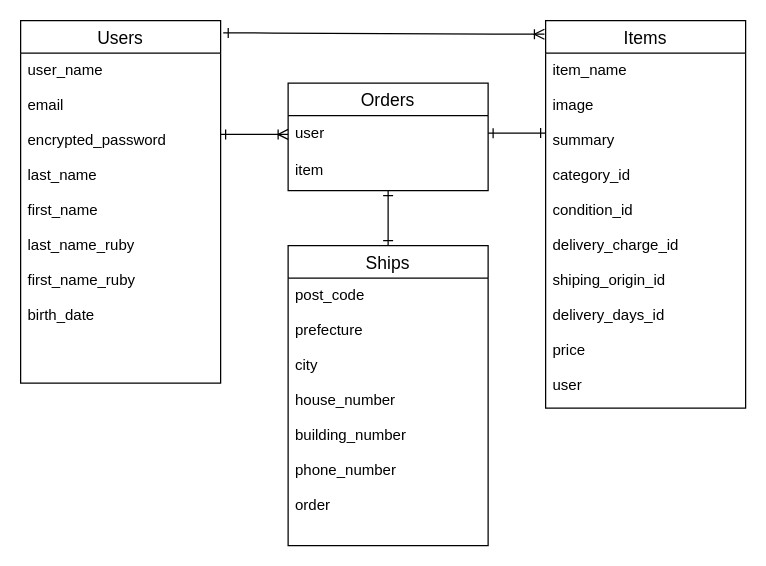
Before: furima_ER.dio in iizun/furima-38724, a draw.io diagram. Source tidied: cells renumbered, new cells numbered last; positions are measured from the earlier drawing's top-left corner, leaving out a move shared by most shapes. Both pictures are drawn from the tidied source at 125%, with x=0, y=0 at pixel (20, 20).
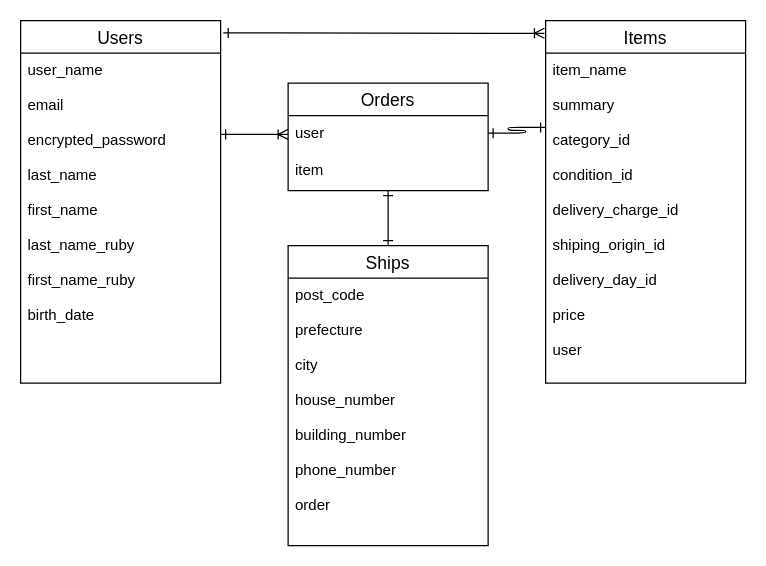
Above is the later version.

Commit message (it also covers changes not shown here):
2回目のプルリクエストの修正指示を反映

Diff of the diagram source:
```diff
@@
 <mxGraphModel>
   <root>
     <mxCell id="0" />
     <mxCell id="1" parent="0" />
     <mxCell id="2" value="Orders" style="swimlane;fontStyle=0;horizontal=1;startSize=26;align=center;fontSize=14;" parent="1" vertex="1">
       <mxGeometry x="214" y="50" width="160" height="86" as="geometry" />
     </mxCell>
     <mxCell id="3" value="user" style="text;strokeColor=none;fillColor=none;spacingLeft=4;spacingRight=4;overflow=hidden;points=[[0,0.5],[1,0.5]];portConstraint=eastwest;fontSize=12;" parent="2" vertex="1">
       <mxGeometry y="26" width="160" height="30" as="geometry" />
     </mxCell>
     <mxCell id="4" value="item" style="text;strokeColor=none;fillColor=none;spacingLeft=4;spacingRight=4;overflow=hidden;points=[[0,0.5],[1,0.5]];portConstraint=eastwest;fontSize=12;" parent="2" vertex="1">
       <mxGeometry y="56" width="160" height="30" as="geometry" />
     </mxCell>
     <mxCell id="5" value="Users" style="swimlane;fontStyle=0;horizontal=1;startSize=26;align=center;fontSize=14;" parent="1" vertex="1">
       <mxGeometry width="160" height="290" as="geometry" />
     </mxCell>
     <mxCell id="6" value="user_name&#10;&#10;email&#10;&#10;encrypted_password&#10;&#10;last_name&#10;&#10;first_name&#10;&#10;last_name_ruby&#10;&#10;first_name_ruby&#10;&#10;birth_date" style="text;strokeColor=none;fillColor=none;spacingLeft=4;spacingRight=4;overflow=hidden;fontSize=12;" parent="5" vertex="1">
       <mxGeometry y="26" width="160" height="264" as="geometry" />
     </mxCell>
     <mxCell id="7" value="Items" style="swimlane;fontStyle=0;horizontal=1;startSize=26;align=center;fontSize=14;" parent="1" vertex="1">
-      <mxGeometry x="420" width="160" height="310" as="geometry" />
+      <mxGeometry x="420" width="160" height="290" as="geometry" />
     </mxCell>
-    <mxCell id="8" value="item_name&#10;&#10;image&#10;&#10;summary&#10;&#10;category_id&#10;&#10;condition_id&#10;&#10;delivery_charge_id&#10;&#10;shiping_origin_id&#10;&#10;delivery_days_id&#10;&#10;price&#10;&#10;user" style="text;strokeColor=none;fillColor=none;spacingLeft=4;spacingRight=4;overflow=hidden;points=[[0,0.5],[1,0.5]];portConstraint=eastwest;fontSize=12;" parent="7" vertex="1">
-      <mxGeometry y="26" width="160" height="284" as="geometry" />
+    <mxCell id="8" value="item_name&#10;&#10;summary&#10;&#10;category_id&#10;&#10;condition_id&#10;&#10;delivery_charge_id&#10;&#10;shiping_origin_id&#10;&#10;delivery_day_id&#10;&#10;price&#10;&#10;user" style="text;strokeColor=none;fillColor=none;spacingLeft=4;spacingRight=4;overflow=hidden;points=[[0,0.5],[1,0.5]];portConstraint=eastwest;fontSize=12;" parent="7" vertex="1">
+      <mxGeometry y="26" width="160" height="264" as="geometry" />
     </mxCell>
     <mxCell id="9" value="Ships" style="swimlane;fontStyle=0;horizontal=1;startSize=26;align=center;fontSize=14;" parent="1" vertex="1">
       <mxGeometry x="214" y="180" width="160" height="240" as="geometry" />
     </mxCell>
     <mxCell id="10" value="post_code&#10;&#10;prefecture&#10;&#10;city&#10;&#10;house_number&#10;&#10;building_number&#10;&#10;phone_number&#10;&#10;order" style="text;strokeColor=none;fillColor=none;spacingLeft=4;spacingRight=4;overflow=hidden;fontSize=12;" parent="9" vertex="1">
       <mxGeometry y="26" width="160" height="214" as="geometry" />
     </mxCell>
     <mxCell id="11" style="edgeStyle=entityRelationEdgeStyle;fontSize=12;html=1;endArrow=ERoneToMany;exitX=1.013;exitY=0.034;exitDx=0;exitDy=0;exitPerimeter=0;entryX=-0.006;entryY=0.035;entryDx=0;entryDy=0;entryPerimeter=0;startArrow=ERone;startFill=0;" parent="1" edge="1" source="5" target="7">
       <mxGeometry relative="1" as="geometry" />
     </mxCell>
     <mxCell id="12" style="edgeStyle=entityRelationEdgeStyle;fontSize=12;html=1;endArrow=ERoneToMany;entryX=0;entryY=0.5;entryDx=0;entryDy=0;startArrow=ERone;startFill=0;" parent="1" edge="1" target="3">
       <mxGeometry relative="1" as="geometry">
         <mxPoint x="160" y="91" as="sourcePoint" />
       </mxGeometry>
     </mxCell>
     <mxCell id="13" style="edgeStyle=entityRelationEdgeStyle;fontSize=12;html=1;endArrow=ERone;strokeColor=default;startArrow=ERone;startFill=0;endFill=0;entryX=0;entryY=0.225;entryDx=0;entryDy=0;entryPerimeter=0;" parent="1" edge="1" target="8">
       <mxGeometry relative="1" as="geometry">
         <mxPoint x="374" y="90" as="sourcePoint" />
       </mxGeometry>
     </mxCell>
     <mxCell id="14" style="endArrow=ERone;html=1;rounded=0;strokeColor=default;entryX=0.5;entryY=0;entryDx=0;entryDy=0;exitX=0.5;exitY=1;exitDx=0;exitDy=0;exitPerimeter=0;startArrow=ERone;startFill=0;endFill=0;" parent="1" edge="1" source="4" target="9">
       <mxGeometry relative="1" as="geometry" />
     </mxCell>
   </root>
 </mxGraphModel>
```
